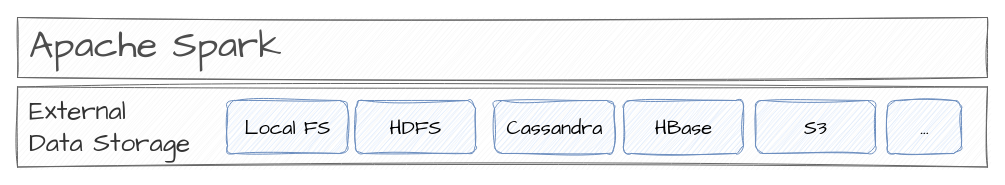
This is page "spark-components-04" (6 of 8) of content/en/knowledgebase/bigdata/spark/spark.drawio from mauvaisetroupe/architech, a draw.io file, before an edit. Source tidied: cells renumbered, new cells numbered last; positions are measured from the earlier drawing's top-left corner, leaving out a move shared by most shapes. Both pictures are drawn from the tidied source at 100%, with x=0, y=0 at pixel (17, 17).
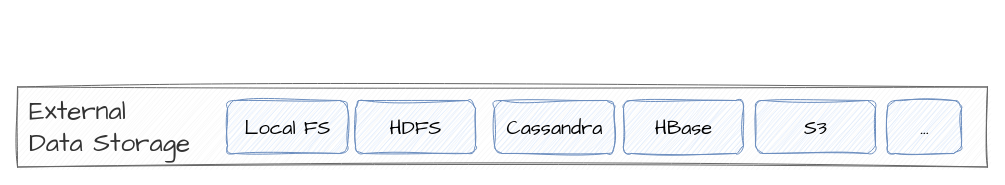
The same page after the edit.

Commit message (it also covers changes not shown here):
spark hands-on

Diff of the diagram source:
```diff
@@
 <mxGraphModel>
   <root>
     <mxCell id="0" />
     <mxCell id="1" parent="0" />
     <mxCell id="2" value="External&lt;br style=&quot;font-size: 26px;&quot;&gt;Data Storage" style="rounded=0;whiteSpace=wrap;html=1;hachureGap=4;fontFamily=Architects Daughter;fontSize=26;align=left;fontColor=#333333;spacingLeft=10;sketch=1;curveFitting=1;jiggle=2;strokeColor=#666666;fillColor=#f5f5f5;" parent="1" vertex="1">
       <mxGeometry y="69.5" width="970" height="80" as="geometry" />
     </mxCell>
     <mxCell id="3" value="HDFS" style="rounded=1;html=1;sketch=1;hachureGap=4;jiggle=2;curveFitting=1;fontFamily=Architects Daughter;fontSize=20;fillColor=#dae8fc;strokeColor=#6c8ebf;" parent="1" vertex="1">
       <mxGeometry x="338" y="83" width="120" height="53" as="geometry" />
     </mxCell>
     <mxCell id="4" value="S3" style="rounded=1;html=1;sketch=1;hachureGap=4;jiggle=2;curveFitting=1;fontFamily=Architects Daughter;fontSize=20;fillColor=#dae8fc;strokeColor=#6c8ebf;" parent="1" vertex="1">
       <mxGeometry x="738" y="83" width="120" height="53" as="geometry" />
     </mxCell>
     <mxCell id="5" value="HBase" style="rounded=1;html=1;sketch=1;hachureGap=4;jiggle=2;curveFitting=1;fontFamily=Architects Daughter;fontSize=20;fillColor=#dae8fc;strokeColor=#6c8ebf;" parent="1" vertex="1">
       <mxGeometry x="606" y="83" width="120" height="53" as="geometry" />
     </mxCell>
     <mxCell id="6" value="Cassandra" style="rounded=1;html=1;sketch=1;hachureGap=4;jiggle=2;curveFitting=1;fontFamily=Architects Daughter;fontSize=20;fillColor=#dae8fc;strokeColor=#6c8ebf;" parent="1" vertex="1">
       <mxGeometry x="477" y="83" width="120" height="53" as="geometry" />
     </mxCell>
     <mxCell id="7" value="..." style="rounded=1;html=1;sketch=1;hachureGap=4;jiggle=2;curveFitting=1;fontFamily=Architects Daughter;fontSize=20;fillColor=#dae8fc;strokeColor=#6c8ebf;" parent="1" vertex="1">
       <mxGeometry x="870" y="83" width="74" height="53" as="geometry" />
     </mxCell>
-    <mxCell id="8" value="Apache Spark" style="rounded=0;whiteSpace=wrap;html=1;hachureGap=4;fontFamily=Architects Daughter;fontSize=38;align=left;spacingLeft=10;verticalAlign=top;fillColor=#f5f5f5;fontColor=#4D4D4D;strokeColor=#666666;fontStyle=0;sketch=1;curveFitting=1;jiggle=2;" parent="1" vertex="1">
-      <mxGeometry width="970" height="60" as="geometry" />
-    </mxCell>
     <mxCell id="9" value="Local FS" style="rounded=1;html=1;sketch=1;hachureGap=4;jiggle=2;curveFitting=1;fontFamily=Architects Daughter;fontSize=20;fillColor=#dae8fc;strokeColor=#6c8ebf;" parent="1" vertex="1">
       <mxGeometry x="210" y="83" width="120" height="53" as="geometry" />
     </mxCell>
   </root>
 </mxGraphModel>
```
